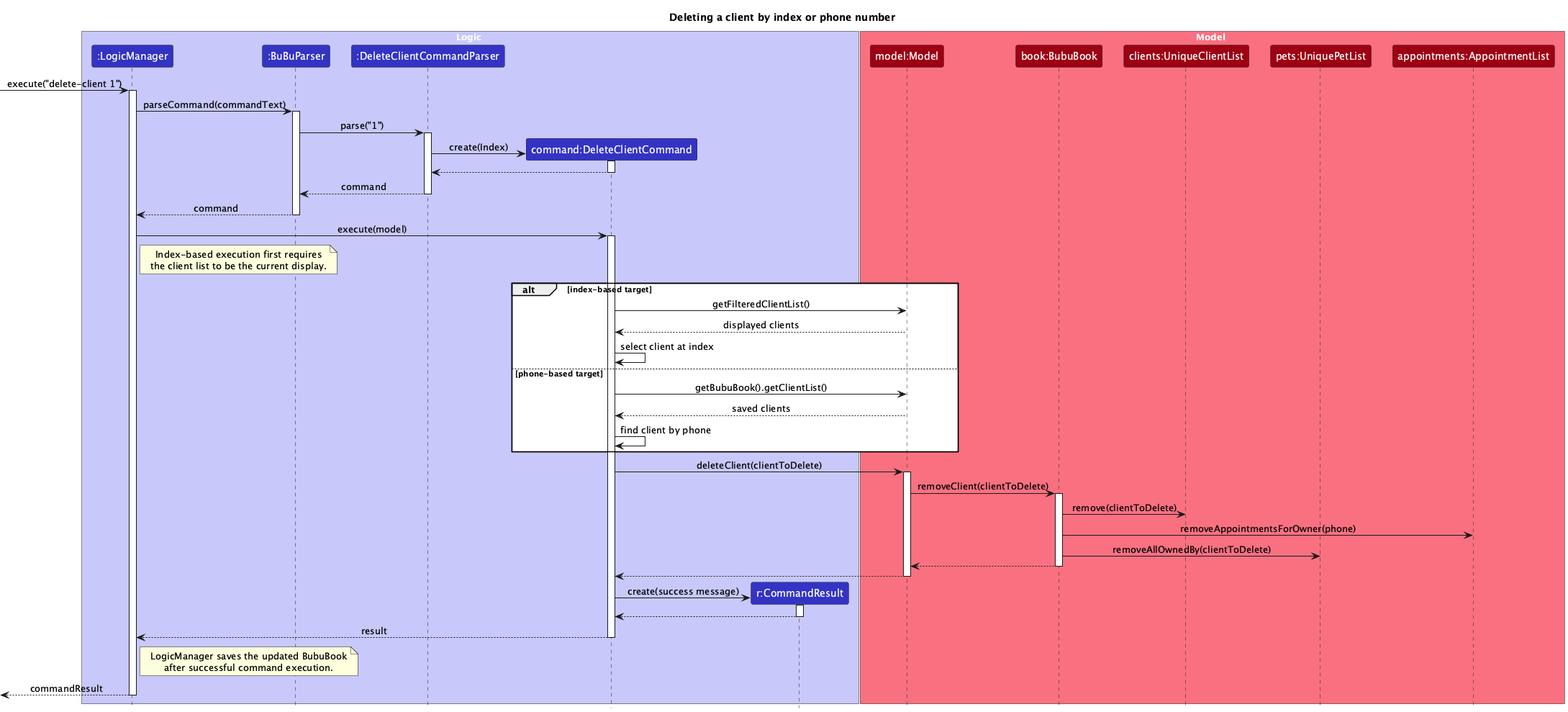
Earlier version of the PlantUML export docs/images/DeleteSequenceDiagram.png (0218hy/tp).
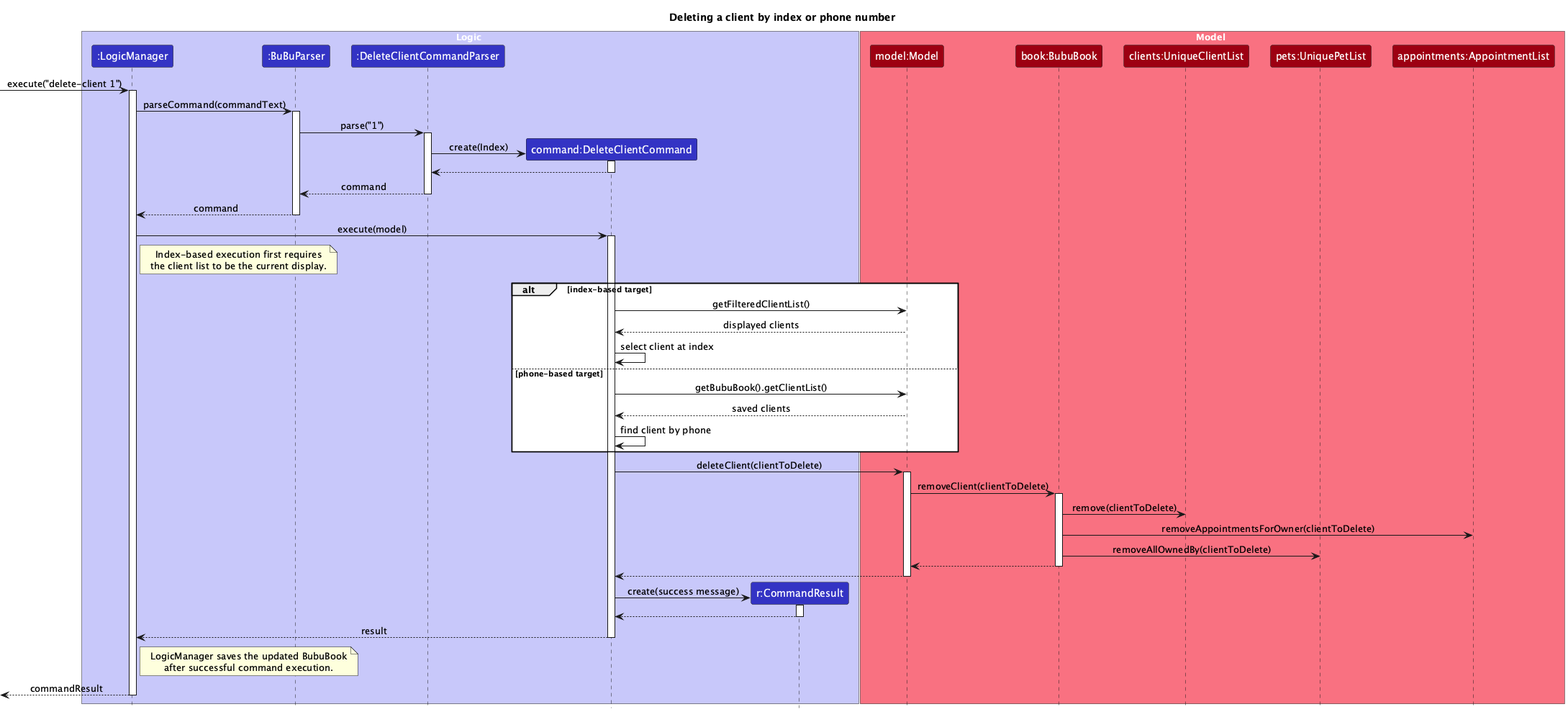
Above is the later version.

Commit message:
Correct the client argument in cascade deletion diagram

What changed in the source:
```diff
@@ -57,7 +57,7 @@
 Model -> BubuBook : removeClient(clientToDelete)
 activate BubuBook
 BubuBook -> UniqueClientList : remove(clientToDelete)
-BubuBook -> AppointmentList : removeAppointmentsForOwner(phone)
+BubuBook -> AppointmentList : removeAppointmentsForOwner(clientToDelete)
 BubuBook -> UniquePetList : removeAllOwnedBy(clientToDelete)
 BubuBook --> Model
 deactivate BubuBook
```
